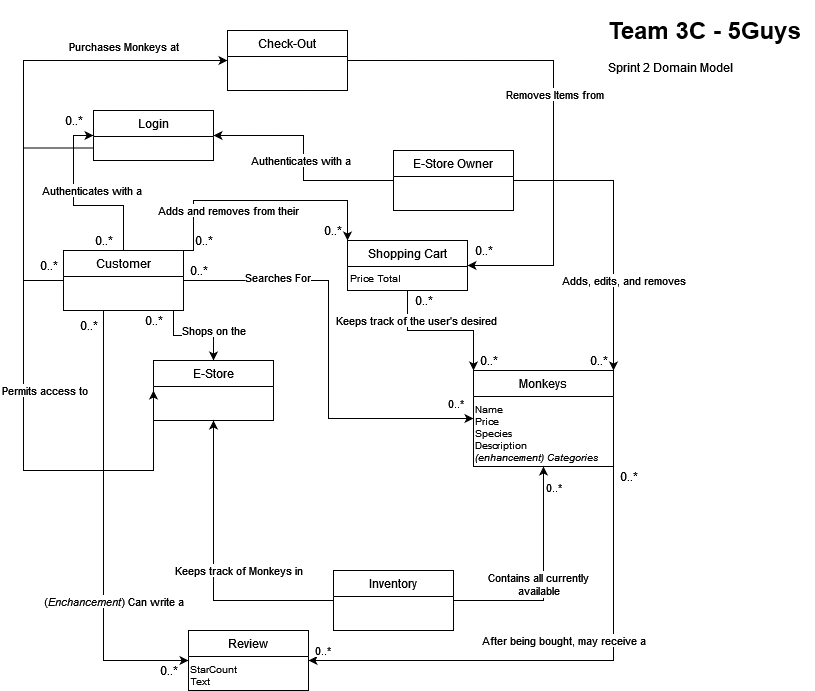
Before: docs/domain-model.png, a diagram exported from draw.io (awb8593/Monkey-Rental-Service). Source tidied: cells renumbered, new cells last; positions are measured from the earlier drawing's top-left corner, leaving out a move shared by most shapes.
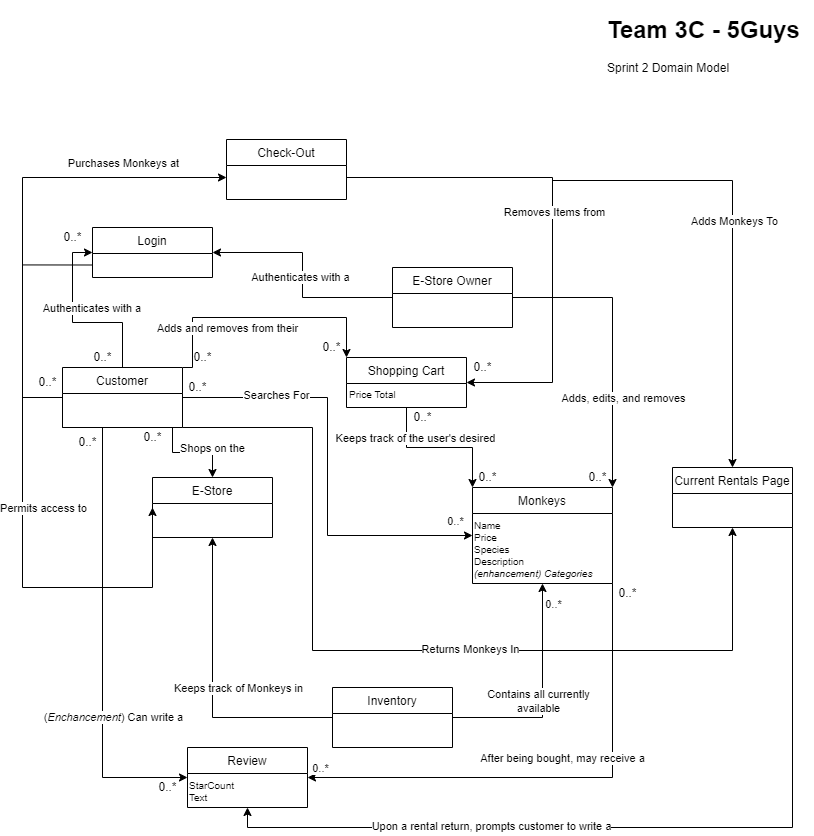
Above is the later version.

Commit message:
Updated Domain Model

updated domain model with rental and review information

Diff of the diagram source:
```diff
@@ -106,8 +106,9 @@
         <mxPoint y="8" as="offset" />
       </mxGeometry>
     </mxCell>
-    <mxCell id="25" style="edgeStyle=orthogonalEdgeStyle;rounded=0;jettySize=auto;html=1;entryX=0;entryY=0.5;entryDx=0;entryDy=0;endArrow=classic;endFill=1;strokeColor=#000000;" parent="1" edge="1" source="29" target="41">
+    <mxCell id="25" style="edgeStyle=orthogonalEdgeStyle;rounded=0;jettySize=auto;html=1;entryX=0;entryY=0.5;entryDx=0;entryDy=0;endArrow=classic;endFill=1;strokeColor=#000000;" parent="1" edge="1" source="29">
       <mxGeometry relative="1" as="geometry">
+        <mxPoint x="204" y="50" as="targetPoint" />
         <Array as="points">
           <mxPoint y="270" />
           <mxPoint y="50" />
@@ -132,6 +133,18 @@
         <mxPoint x="5" y="-19" as="offset" />
       </mxGeometry>
     </mxCell>
+    <mxCell id="60" style="edgeStyle=orthogonalEdgeStyle;rounded=0;jettySize=auto;html=1;exitX=1;exitY=1;exitDx=0;exitDy=0;entryX=0.5;entryY=1;entryDx=0;entryDy=0;" parent="1" edge="1" source="29" target="64">
+      <mxGeometry relative="1" as="geometry">
+        <Array as="points">
+          <mxPoint x="290" y="300" />
+          <mxPoint x="290" y="523" />
+          <mxPoint x="710" y="523" />
+        </Array>
+      </mxGeometry>
+    </mxCell>
+    <mxCell id="61" value="Returns Monkeys In" style="edgeLabel;html=1;align=center;verticalAlign=middle;" parent="60" vertex="1">
+      <mxGeometry x="0.14" y="2" relative="1" as="geometry" />
+    </mxCell>
     <mxCell id="29" value="Customer" style="swimlane;fontStyle=0;align=center;verticalAlign=top;horizontal=1;startSize=26;rounded=0;shadow=0;strokeWidth=1;" parent="1" vertex="1">
       <mxGeometry x="40" y="240" width="120" height="60" as="geometry" />
     </mxCell>
@@ -173,8 +186,9 @@
     <mxCell id="38" value="Shopping Cart" style="swimlane;fontStyle=0;align=center;verticalAlign=top;horizontal=1;startSize=26;rounded=0;shadow=0;strokeWidth=1;" parent="1" vertex="1">
       <mxGeometry x="324" y="230" width="120" height="50" as="geometry" />
     </mxCell>
-    <mxCell id="39" style="edgeStyle=orthogonalEdgeStyle;rounded=0;jettySize=auto;html=1;exitX=1;exitY=0.5;exitDx=0;exitDy=0;entryX=1;entryY=0.5;entryDx=0;entryDy=0;" parent="1" edge="1" source="41" target="38">
+    <mxCell id="39" style="edgeStyle=orthogonalEdgeStyle;rounded=0;jettySize=auto;html=1;exitX=1;exitY=0.5;exitDx=0;exitDy=0;entryX=1;entryY=0.5;entryDx=0;entryDy=0;" parent="1" edge="1" target="38">
       <mxGeometry relative="1" as="geometry">
+        <mxPoint x="324" y="50" as="sourcePoint" />
         <Array as="points">
           <mxPoint x="530" y="50" />
           <mxPoint x="530" y="255" />
@@ -185,7 +199,7 @@
       <mxGeometry x="-0.04" y="1" relative="1" as="geometry" />
     </mxCell>
     <mxCell id="41" value="Check-Out" style="swimlane;fontStyle=0;align=center;verticalAlign=top;horizontal=1;startSize=26;rounded=0;shadow=0;strokeWidth=1;" parent="1" vertex="1">
-      <mxGeometry x="204" y="20" width="120" height="60" as="geometry" />
+      <mxGeometry x="204" y="12" width="120" height="60" as="geometry" />
     </mxCell>
     <mxCell id="42" value="Review" style="swimlane;fontStyle=0;align=center;verticalAlign=top;horizontal=1;startSize=26;rounded=0;shadow=0;strokeWidth=1;" parent="1" vertex="1">
       <mxGeometry x="165" y="620" width="120" height="60" as="geometry" />
@@ -194,7 +208,7 @@
       <mxGeometry y="26" width="120" height="34" as="geometry" />
     </mxCell>
     <mxCell id="44" value="&lt;h1&gt;Team 3C - 5Guys&lt;br&gt;&lt;/h1&gt;&lt;p&gt;Sprint 2 Domain Model&lt;br&gt;&lt;/p&gt;" style="text;html=1;strokeColor=none;fillColor=none;spacing=5;spacingTop=-20;whiteSpace=wrap;overflow=hidden;rounded=0;" parent="1" vertex="1">
-      <mxGeometry x="580" width="210" height="120" as="geometry" />
+      <mxGeometry x="580" y="-117" width="210" height="120" as="geometry" />
     </mxCell>
     <mxCell id="45" value="0..*" style="text;html=1;align=center;verticalAlign=middle;strokeColor=none;fillColor=none;" parent="1" vertex="1">
       <mxGeometry x="10" y="245" width="30" height="20" as="geometry" />
@@ -241,5 +255,26 @@
     <mxCell id="59" value="&lt;div style=&quot;font-size: 10px&quot;&gt;&lt;font style=&quot;font-size: 10px&quot;&gt;Price Total&lt;br&gt;&lt;/font&gt;&lt;/div&gt;" style="text;whiteSpace=wrap;html=1;" parent="1" vertex="1">
       <mxGeometry x="325" y="255" width="120" height="70" as="geometry" />
     </mxCell>
+    <mxCell id="62" style="edgeStyle=orthogonalEdgeStyle;rounded=0;jettySize=auto;html=1;exitX=1;exitY=1;exitDx=0;exitDy=0;entryX=0.5;entryY=1;entryDx=0;entryDy=0;" parent="1" edge="1" source="64" target="43">
+      <mxGeometry relative="1" as="geometry" />
+    </mxCell>
+    <mxCell id="63" value="Upon a rental return, prompts customer to write a" style="edgeLabel;html=1;align=center;verticalAlign=middle;" parent="62" vertex="1">
+      <mxGeometry x="0.39" y="-2" relative="1" as="geometry" />
+    </mxCell>
+    <mxCell id="64" value="Current Rentals Page" style="swimlane;fontStyle=0;align=center;verticalAlign=top;horizontal=1;startSize=26;rounded=0;shadow=0;strokeWidth=1;" parent="1" vertex="1">
+      <mxGeometry x="650" y="340" width="120" height="60" as="geometry" />
+    </mxCell>
+    <mxCell id="65" style="edgeStyle=orthogonalEdgeStyle;rounded=0;jettySize=auto;html=1;entryX=0.5;entryY=0;entryDx=0;entryDy=0;" parent="1" edge="1" target="64">
+      <mxGeometry relative="1" as="geometry">
+        <mxPoint x="530" y="63" as="sourcePoint" />
+        <Array as="points">
+          <mxPoint x="530" y="53" />
+          <mxPoint x="710" y="53" />
+        </Array>
+      </mxGeometry>
+    </mxCell>
+    <mxCell id="66" value="Adds Monkeys To" style="edgeLabel;html=1;align=center;verticalAlign=middle;" parent="65" vertex="1">
+      <mxGeometry x="-0.04" y="1" relative="1" as="geometry" />
+    </mxCell>
   </root>
 </mxGraphModel>
```
